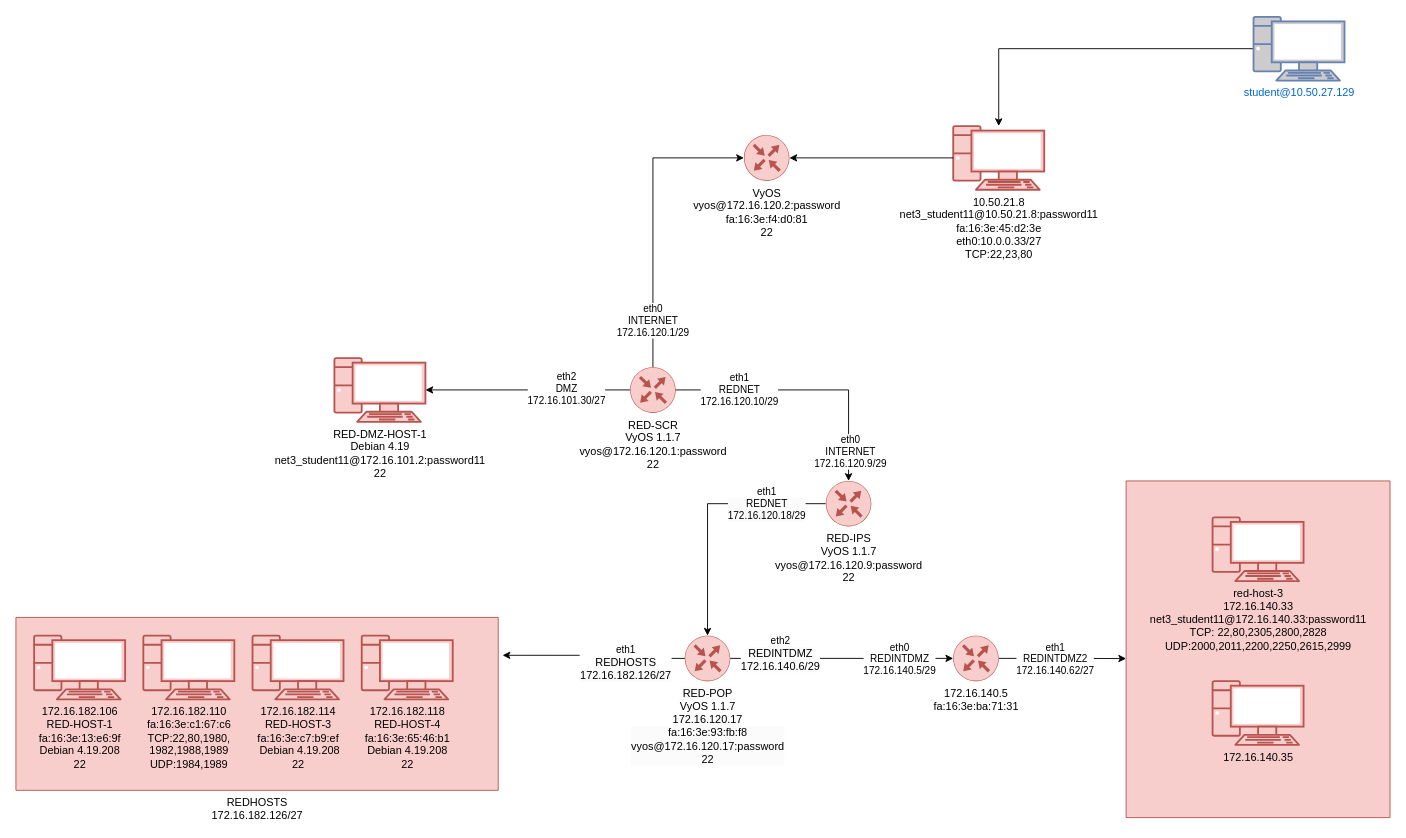
Before: CCTC/NET/Network_Recon.drawio in wifi96h/new, a draw.io diagram. Source tidied: cells renumbered, new cells numbered last; positions are measured from the earlier drawing's top-left corner, leaving out a move shared by most shapes. Both pictures are drawn from the tidied source at 91%, with x=0, y=0 at pixel (15, 16).
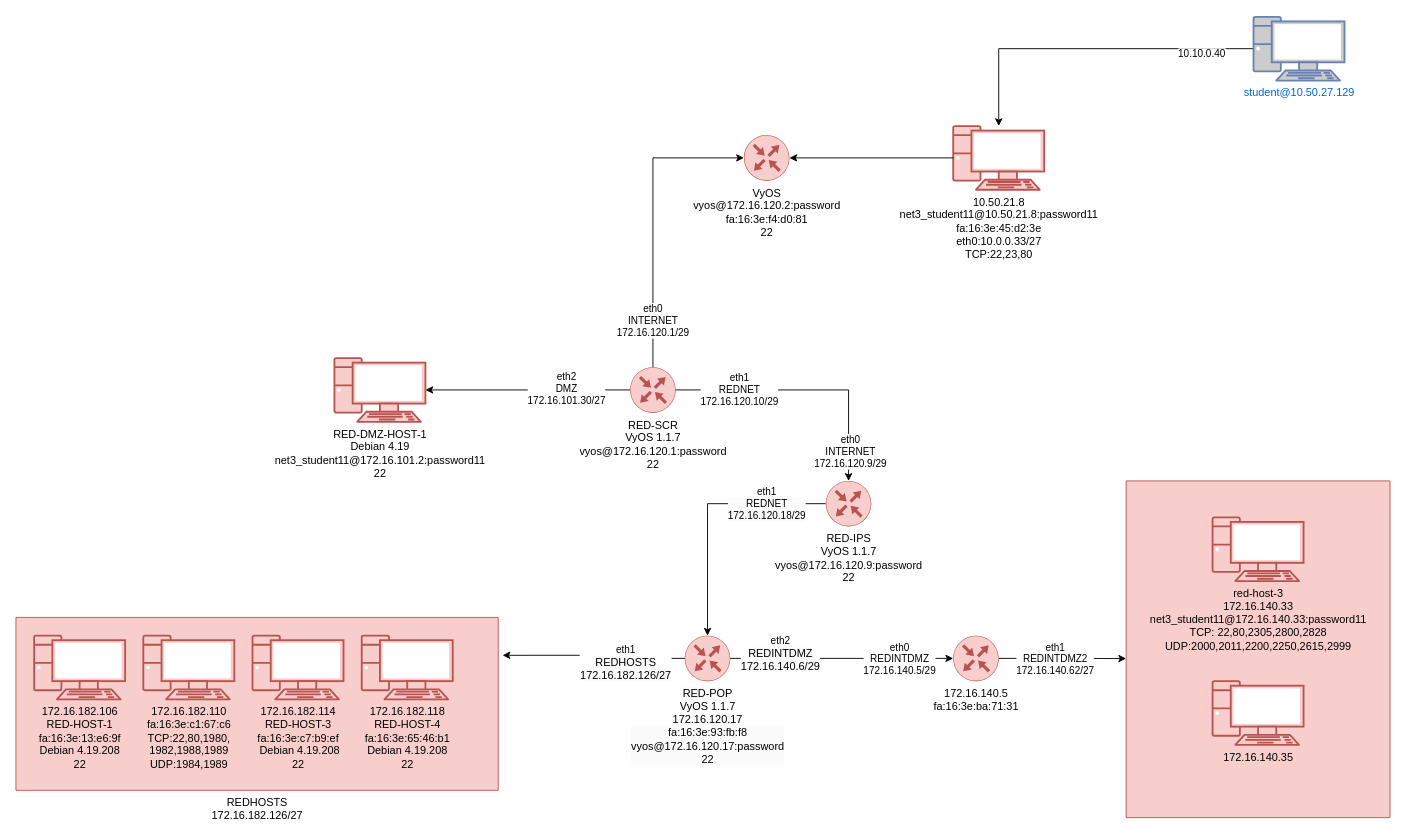
Above is the later version.

The change refers to these unchanged cells:
```xml
<mxCell id="3" style="edgeStyle=orthogonalEdgeStyle;rounded=0;jettySize=auto;html=1;" parent="1" edge="1" source="4" target="5">
  <mxGeometry relative="1" as="geometry" />
</mxCell>
```

What changed in the source:
```diff
@@
+    <mxCell id="30" value="10.10.0.40" style="edgeLabel;html=1;align=center;verticalAlign=middle;" parent="3" vertex="1">
+      <mxGeometry x="-0.68" y="5" relative="1" as="geometry" />
+    </mxCell>
```
